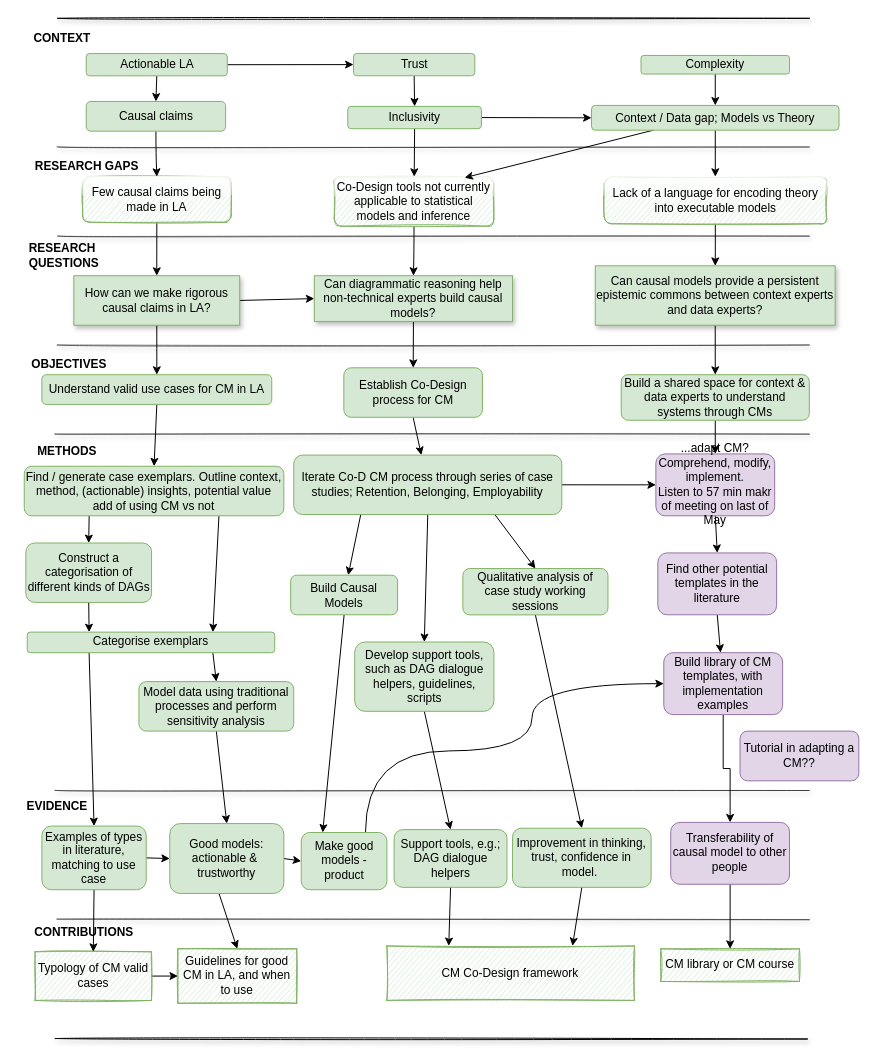
Earlier version of the draw.io diagram page "Page-6" (6 of 6) of Thesis diagram.drawio (benwhicks/phd). Source tidied: cells renumbered, new cells numbered last; positions are measured from the earlier drawing's top-left corner, leaving out a move shared by most shapes. Both pictures are drawn from the tidied source at 99%, with x=0, y=0 at pixel (17, 18).
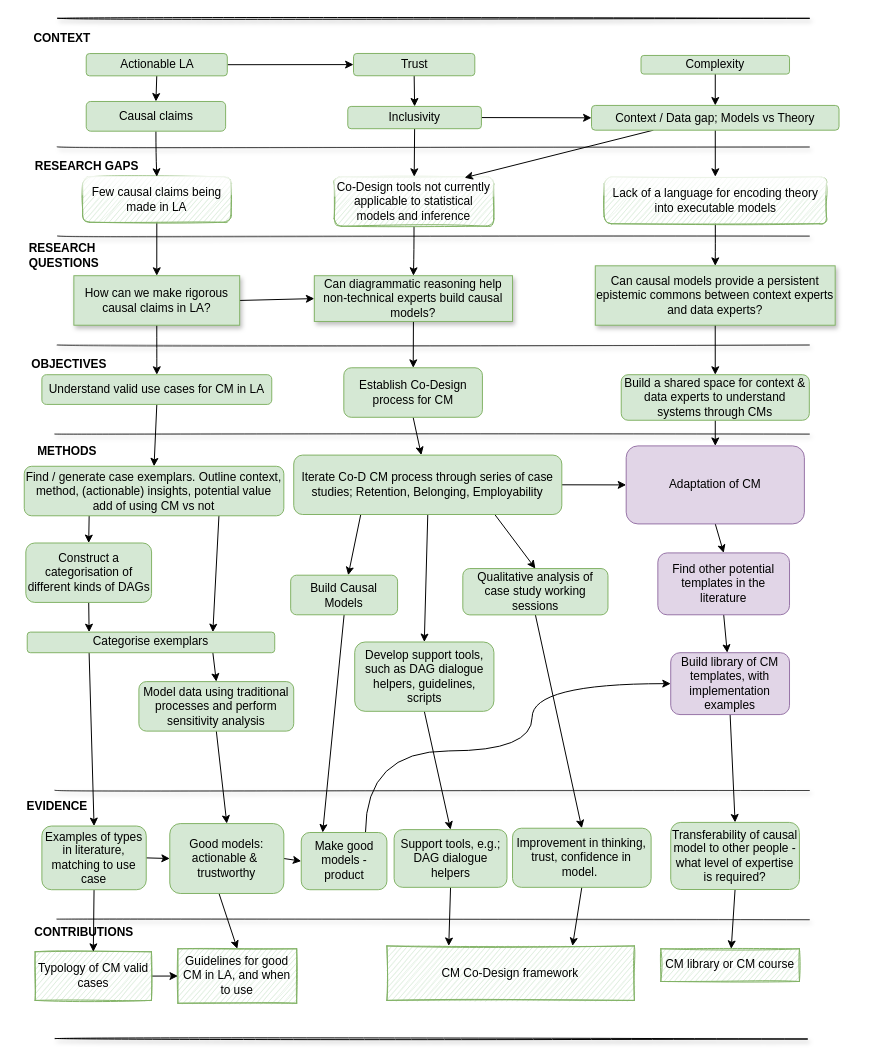
After the change.

Diff of the diagram source:
```diff
@@
-    <mxCell id="62" value="Transferability of causal model to other people" style="whiteSpace=wrap;html=1;rounded=1;shadow=0;glass=0;sketch=0;fillColor=#e1d5e7;strokeColor=#9673a6;" parent="1" vertex="1">
-      <mxGeometry x="660" y="812.2" width="120" height="62.5" as="geometry" />
+    <mxCell id="62" value="Transferability of causal model to other people - what level of expertise is required?" style="whiteSpace=wrap;html=1;rounded=1;shadow=0;glass=0;sketch=0;fillColor=#d5e8d4;strokeColor=#82b366;" parent="1" vertex="1">
+      <mxGeometry x="660" y="812.2" width="130" height="67.8" as="geometry" />
     </mxCell>
@@
-    <mxCell id="87" value="...adapt CM? Comprehend, modify, implement.&lt;br&gt;Listen to 57 min makr of meeting on last of May" style="whiteSpace=wrap;html=1;rounded=1;shadow=0;glass=0;sketch=0;fillColor=#e1d5e7;strokeColor=#9673a6;" parent="1" vertex="1">
-      <mxGeometry x="645" y="440" width="120" height="62.5" as="geometry" />
+    <mxCell id="87" value="Adaptation of CM" style="whiteSpace=wrap;html=1;rounded=1;shadow=0;glass=0;sketch=0;fillColor=#e1d5e7;strokeColor=#9673a6;" parent="1" vertex="1">
+      <mxGeometry x="615" y="431.9" width="180" height="78.8" as="geometry" />
     </mxCell>
@@
     <mxCell id="89" value="Find other potential templates in the literature" style="whiteSpace=wrap;html=1;rounded=1;shadow=0;glass=0;sketch=0;fillColor=#e1d5e7;strokeColor=#9673a6;" parent="1" vertex="1">
-      <mxGeometry x="647" y="540" width="120" height="62.5" as="geometry" />
+      <mxGeometry x="647" y="540" width="133" height="62.5" as="geometry" />
     </mxCell>
-    <mxCell id="90" style="edgeStyle=orthogonalEdgeStyle;rounded=0;jumpStyle=none;jettySize=auto;html=1;exitX=0.5;exitY=1;exitDx=0;exitDy=0;entryX=0.5;entryY=0;entryDx=0;entryDy=0;fontFamily=Helvetica;fontSize=12;" parent="1" edge="1" source="91" target="62">
+    <mxCell id="90" style="rounded=0;jumpStyle=none;jettySize=auto;html=1;exitX=0.5;exitY=1;exitDx=0;exitDy=0;entryX=0.5;entryY=0;entryDx=0;entryDy=0;fontFamily=Helvetica;fontSize=12;" parent="1" edge="1" source="91" target="62">
       <mxGeometry relative="1" as="geometry" />
     </mxCell>
     <mxCell id="91" value="Build library of CM templates, with implementation examples" style="whiteSpace=wrap;html=1;rounded=1;shadow=0;glass=0;sketch=0;fillColor=#e1d5e7;strokeColor=#9673a6;" parent="1" vertex="1">
-      <mxGeometry x="653" y="640.8" width="120" height="62.5" as="geometry" />
+      <mxGeometry x="660" y="640.8" width="120" height="62.5" as="geometry" />
     </mxCell>
@@
-    <mxCell id="97" value="Tutorial in adapting a CM??" style="whiteSpace=wrap;html=1;rounded=1;shadow=0;glass=0;sketch=0;fillColor=#e1d5e7;strokeColor=#9673a6;" parent="1" vertex="1">
-      <mxGeometry x="730" y="720" width="120" height="50.2" as="geometry" />
-    </mxCell>
```
